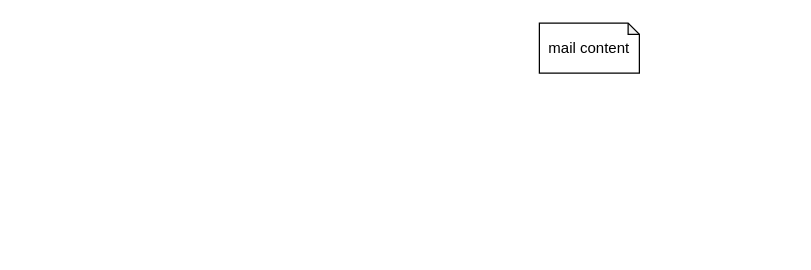
This is 数字签名证书密钥.drawio from zhangjiongcn/drawio, a draw.io file, before an edit. Source tidied: cells renumbered, new cells numbered last; positions are measured from the earlier drawing's top-left corner, leaving out a move shared by most shapes. Both pictures are drawn from the tidied source at 125%, with x=0, y=0 at pixel (539, 22).
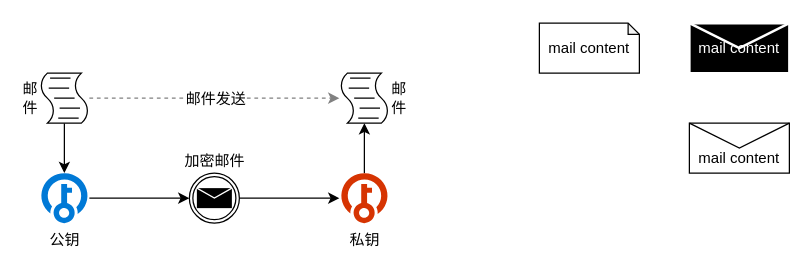
The same page after the edit.

Commit message (it also covers changes not shown here):
Update 数字签名证书密钥.drawio

Change to the diagram source:
```diff
@@
 <mxGraphModel>
   <root>
     <mxCell id="0" />
     <mxCell id="1" parent="0" />
     <mxCell id="2" value="mail content" style="shape=note;whiteSpace=wrap;html=1;backgroundOutline=1;darkOpacity=0.05;align=center;size=9;" parent="1" vertex="1">
       <mxGeometry width="80" height="40" as="geometry" />
     </mxCell>
+    <mxCell id="3" value="&lt;span style=&quot;white-space: normal&quot;&gt;&lt;font color=&quot;#ffffff&quot;&gt;mail content&lt;/font&gt;&lt;/span&gt;" style="shape=message;whiteSpace=wrap;html=1;fillColor=#000000;strokeColor=#ffffff;strokeWidth=2;align=center;" parent="1" vertex="1">
+      <mxGeometry x="120" width="80" height="40" as="geometry" />
+    </mxCell>
+    <mxCell id="4" value="&lt;span style=&quot;white-space: normal&quot;&gt;&lt;br&gt;mail content&lt;/span&gt;" style="shape=message;whiteSpace=wrap;html=1;align=center;" parent="1" vertex="1">
+      <mxGeometry x="120" y="80" width="80" height="40" as="geometry" />
+    </mxCell>
+    <mxCell id="5" style="edgeStyle=orthogonalEdgeStyle;rounded=0;jettySize=auto;html=1;entryX=0.5;entryY=1;entryDx=0;entryDy=0;entryPerimeter=0;" parent="1" edge="1" source="8" target="10">
+      <mxGeometry relative="1" as="geometry" />
+    </mxCell>
+    <mxCell id="6" style="edgeStyle=orthogonalEdgeStyle;rounded=0;jettySize=auto;html=1;dashed=1;strokeColor=#808080;" parent="1" edge="1" source="8" target="15">
+      <mxGeometry relative="1" as="geometry" />
+    </mxCell>
+    <mxCell id="7" value="邮件发送" style="text;html=1;align=center;verticalAlign=middle;labelBackgroundColor=#ffffff;" parent="6" vertex="1">
+      <mxGeometry x="0.09" y="1" relative="1" as="geometry">
+        <mxPoint x="-9" y="1" as="offset" />
+      </mxGeometry>
+    </mxCell>
+    <mxCell id="8" value="&lt;span style=&quot;white-space: normal&quot;&gt;邮件&lt;/span&gt;&lt;span style=&quot;white-space: normal&quot;&gt;&lt;br&gt;&lt;/span&gt;" style="shape=mxgraph.bpmn.script_task;html=1;outlineConnect=0;align=right;labelPosition=left;verticalLabelPosition=middle;verticalAlign=middle;" parent="1" vertex="1">
+      <mxGeometry x="-400" y="40" width="40" height="40" as="geometry" />
+    </mxCell>
+    <mxCell id="9" style="edgeStyle=orthogonalEdgeStyle;rounded=0;jettySize=auto;html=1;entryX=0;entryY=0.5;entryDx=0;entryDy=0;" parent="1" edge="1" source="10" target="14">
+      <mxGeometry relative="1" as="geometry" />
+    </mxCell>
+    <mxCell id="10" value="公钥" style="shadow=0;dashed=0;html=1;strokeColor=none;labelPosition=center;verticalLabelPosition=bottom;verticalAlign=top;align=center;shape=mxgraph.mscae.cloud.key_vault;fillColor=#0079D6;direction=west;" parent="1" vertex="1">
+      <mxGeometry x="-400" y="120" width="40" height="40" as="geometry" />
+    </mxCell>
+    <mxCell id="11" style="edgeStyle=orthogonalEdgeStyle;rounded=0;jettySize=auto;html=1;" parent="1" edge="1" source="12" target="15">
+      <mxGeometry relative="1" as="geometry" />
+    </mxCell>
+    <mxCell id="12" value="私钥" style="shadow=0;dashed=0;html=1;strokeColor=none;labelPosition=center;verticalLabelPosition=bottom;verticalAlign=top;align=center;shape=mxgraph.mscae.cloud.key_vault;fillColor=#D63402;direction=west;" parent="1" vertex="1">
+      <mxGeometry x="-160" y="120" width="40" height="40" as="geometry" />
+    </mxCell>
+    <mxCell id="13" style="edgeStyle=orthogonalEdgeStyle;rounded=0;jettySize=auto;html=1;" parent="1" edge="1" source="14" target="12">
+      <mxGeometry relative="1" as="geometry" />
+    </mxCell>
+    <mxCell id="14" value="加密邮件" style="shape=mxgraph.bpmn.shape;html=1;verticalLabelPosition=top;labelBackgroundColor=#ffffff;verticalAlign=bottom;align=center;perimeter=ellipsePerimeter;outlineConnect=0;outline=throwing;symbol=message;fillColor=none;labelPosition=center;" parent="1" vertex="1">
+      <mxGeometry x="-280" y="120" width="40" height="40" as="geometry" />
+    </mxCell>
+    <mxCell id="15" value="&lt;span style=&quot;white-space: normal&quot;&gt;邮件&lt;/span&gt;&lt;span style=&quot;white-space: normal&quot;&gt;&lt;br&gt;&lt;/span&gt;" style="shape=mxgraph.bpmn.script_task;html=1;outlineConnect=0;align=left;labelPosition=right;verticalLabelPosition=middle;verticalAlign=middle;" parent="1" vertex="1">
+      <mxGeometry x="-160" y="40" width="40" height="40" as="geometry" />
+    </mxCell>
   </root>
 </mxGraphModel>
```
